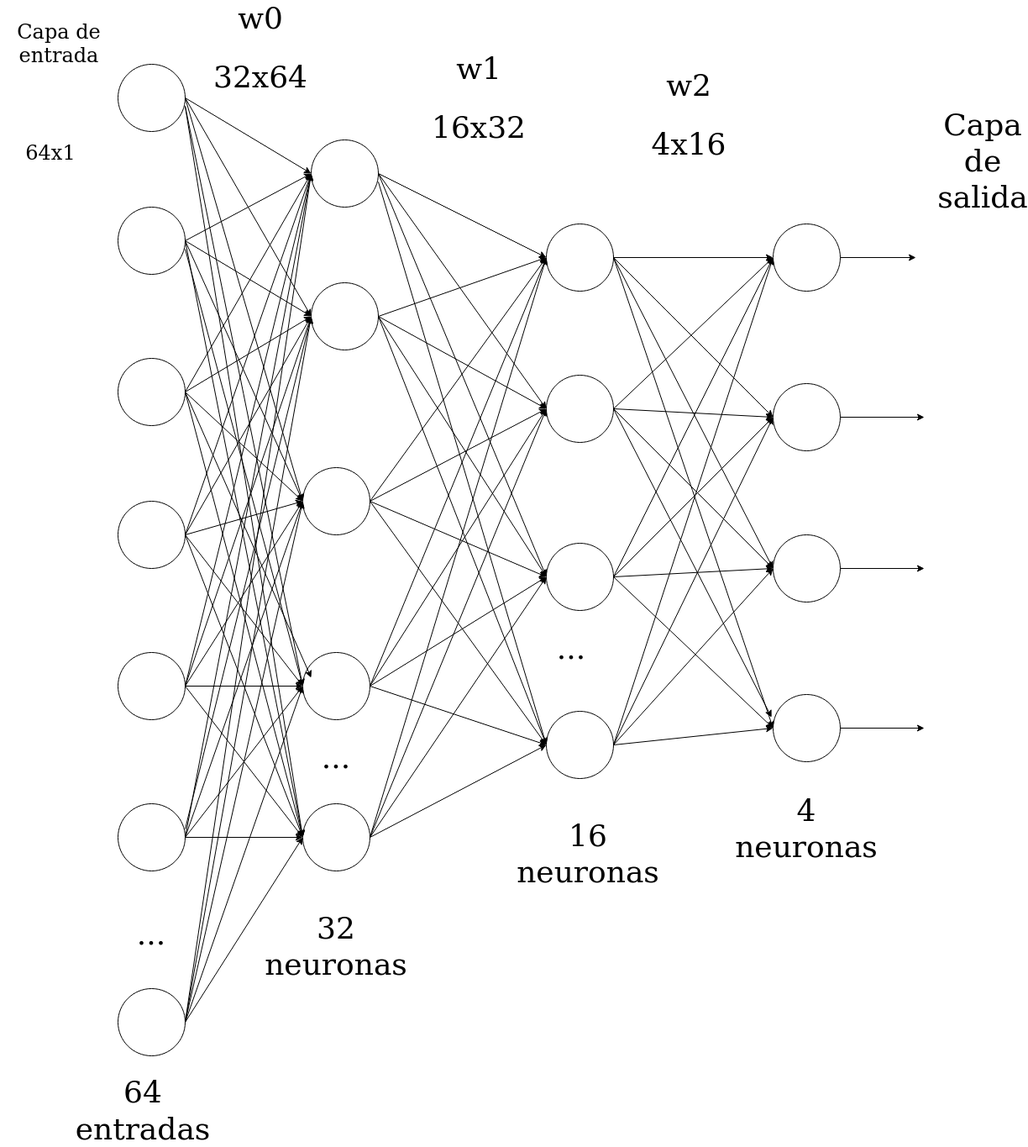
elio987/Back_propagation keeps this draw.io diagram as neural_network.png. Above is the earlier version. Source tidied: cells renumbered, new cells last; positions are measured from the earlier drawing's top-left corner, leaving out a move shared by most shapes.
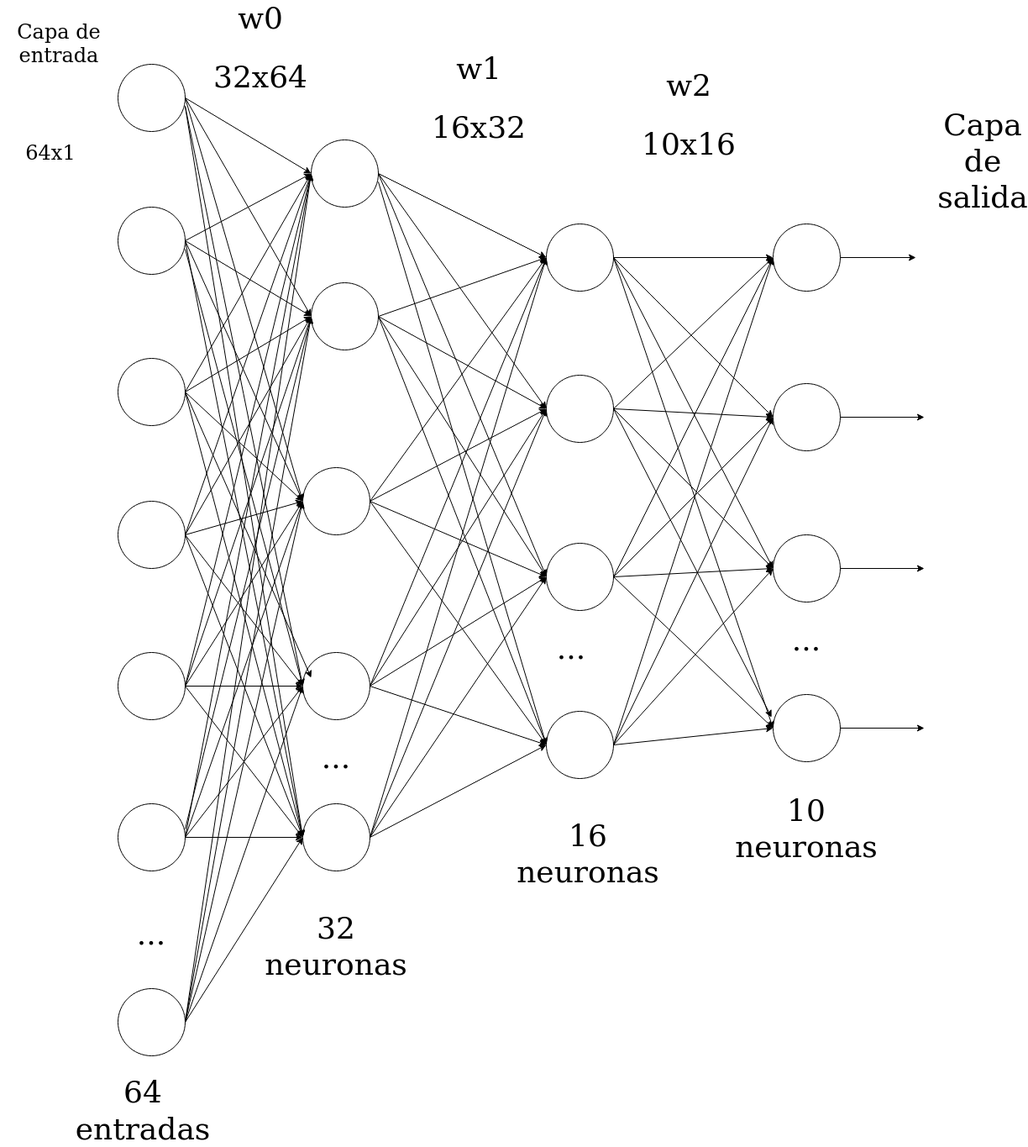
After the change.

The edit, as a diff of the source:
```diff
@@ -332,7 +332,7 @@
     <mxCell id="103" value="&lt;font style=&quot;font-size: 36px;&quot;&gt;w2&lt;/font&gt;" style="text;html=1;strokeColor=none;fillColor=none;align=center;verticalAlign=middle;whiteSpace=wrap;rounded=0;fontSize=24;" parent="1" vertex="1">
       <mxGeometry x="790" y="80" width="60" height="30" as="geometry" />
     </mxCell>
-    <mxCell id="104" value="4x16" style="text;html=1;strokeColor=none;fillColor=none;align=center;verticalAlign=middle;whiteSpace=wrap;rounded=0;fontSize=36;" parent="1" vertex="1">
+    <mxCell id="104" value="10x16" style="text;html=1;strokeColor=none;fillColor=none;align=center;verticalAlign=middle;whiteSpace=wrap;rounded=0;fontSize=36;" parent="1" vertex="1">
       <mxGeometry x="790" y="150" width="60" height="30" as="geometry" />
     </mxCell>
     <mxCell id="105" value="..." style="text;html=1;strokeColor=none;fillColor=none;align=center;verticalAlign=middle;whiteSpace=wrap;rounded=0;fontSize=36;" parent="1" vertex="1">
@@ -347,7 +347,7 @@
     <mxCell id="108" value="&lt;div align=&quot;center&quot;&gt;16 neuronas&lt;/div&gt;" style="text;whiteSpace=wrap;html=1;fontSize=36;align=center;" parent="1" vertex="1">
       <mxGeometry x="640" y="960" width="120" height="70" as="geometry" />
     </mxCell>
-    <mxCell id="109" value="&lt;div align=&quot;center&quot;&gt;4 neuronas&lt;/div&gt;" style="text;whiteSpace=wrap;html=1;fontSize=36;align=center;" parent="1" vertex="1">
+    <mxCell id="109" value="&lt;div align=&quot;center&quot;&gt;10 neuronas&lt;/div&gt;" style="text;whiteSpace=wrap;html=1;fontSize=36;align=center;" parent="1" vertex="1">
       <mxGeometry x="900" y="930" width="120" height="70" as="geometry" />
     </mxCell>
     <mxCell id="110" value="..." style="text;html=1;strokeColor=none;fillColor=none;align=center;verticalAlign=middle;whiteSpace=wrap;rounded=0;fontSize=36;" parent="1" vertex="1">
@@ -359,5 +359,8 @@
     <mxCell id="112" value="Capa de salida" style="text;html=1;strokeColor=none;fillColor=none;align=center;verticalAlign=middle;whiteSpace=wrap;rounded=0;fontSize=36;" parent="1" vertex="1">
       <mxGeometry x="1140" y="170" width="60" height="30" as="geometry" />
     </mxCell>
+    <mxCell id="113" value="..." style="text;html=1;strokeColor=none;fillColor=none;align=center;verticalAlign=middle;whiteSpace=wrap;rounded=0;fontSize=36;" parent="1" vertex="1">
+      <mxGeometry x="930" y="740" width="60" height="30" as="geometry" />
+    </mxCell>
   </root>
 </mxGraphModel>
```
